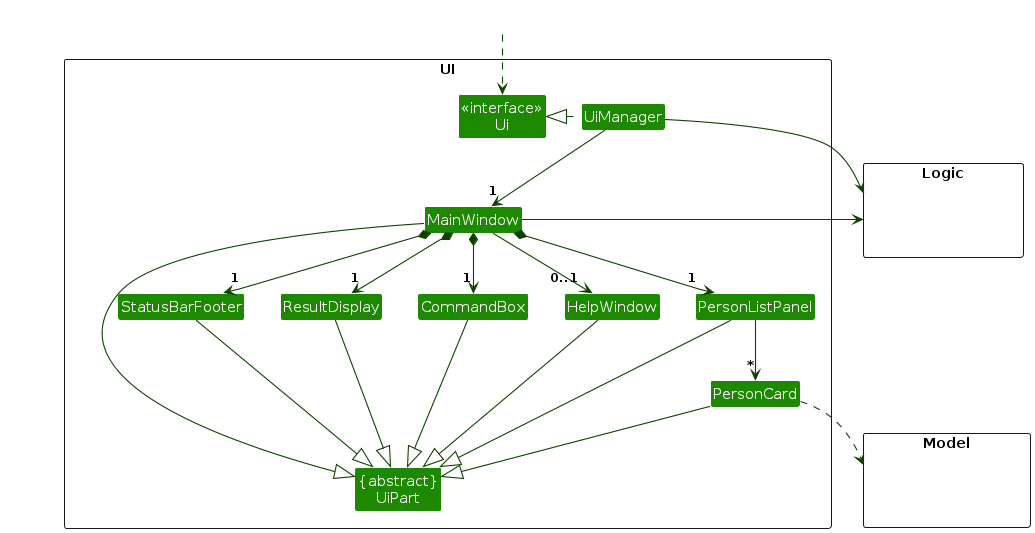
Before: diagrams/UiClassDiagram.png, a diagram exported from PlantUML (AY2627S1-CS2103-F09-1/tp). Its source is kept beside it as diagrams/UiClassDiagram.puml. The source it was exported from:
```plantuml
@startuml
!include style.puml
skinparam arrowThickness 1.1
skinparam arrowColor UI_COLOR_T4
skinparam classBackgroundColor UI_COLOR

package UI <<Rectangle>>{
Class "<<interface>>\nUi" as Ui
Class "{abstract}\nUiPart" as UiPart
Class UiManager
Class MainWindow
Class HelpWindow
Class ResultDisplay
Class PersonListPanel
Class PersonCard
Class StatusBarFooter
Class CommandBox
}

package Model <<Rectangle>> {
Class HiddenModel #FFFFFF
}

package Logic <<Rectangle>> {
Class HiddenLogic #FFFFFF
}

Class HiddenOutside #FFFFFF
HiddenOutside ..> Ui

UiManager .left.|> Ui
UiManager -down-> "1" MainWindow
MainWindow *-down->  "1" CommandBox
MainWindow *-down-> "1" ResultDisplay
MainWindow *-down-> "1" PersonListPanel
MainWindow *-down-> "1" StatusBarFooter
MainWindow --> "0..1" HelpWindow

PersonListPanel -down-> "*" PersonCard

MainWindow -left-|> UiPart

ResultDisplay --|> UiPart
CommandBox --|> UiPart
PersonListPanel --|> UiPart
PersonCard --|> UiPart
StatusBarFooter --|> UiPart
HelpWindow --|> UiPart

PersonCard ..> Model
UiManager -right-> Logic
MainWindow -left-> Logic

PersonListPanel -[hidden]left- HelpWindow
HelpWindow -[hidden]left- CommandBox
CommandBox -[hidden]left- ResultDisplay
ResultDisplay -[hidden]left- StatusBarFooter

MainWindow -[hidden]-|> UiPart
@enduml
```
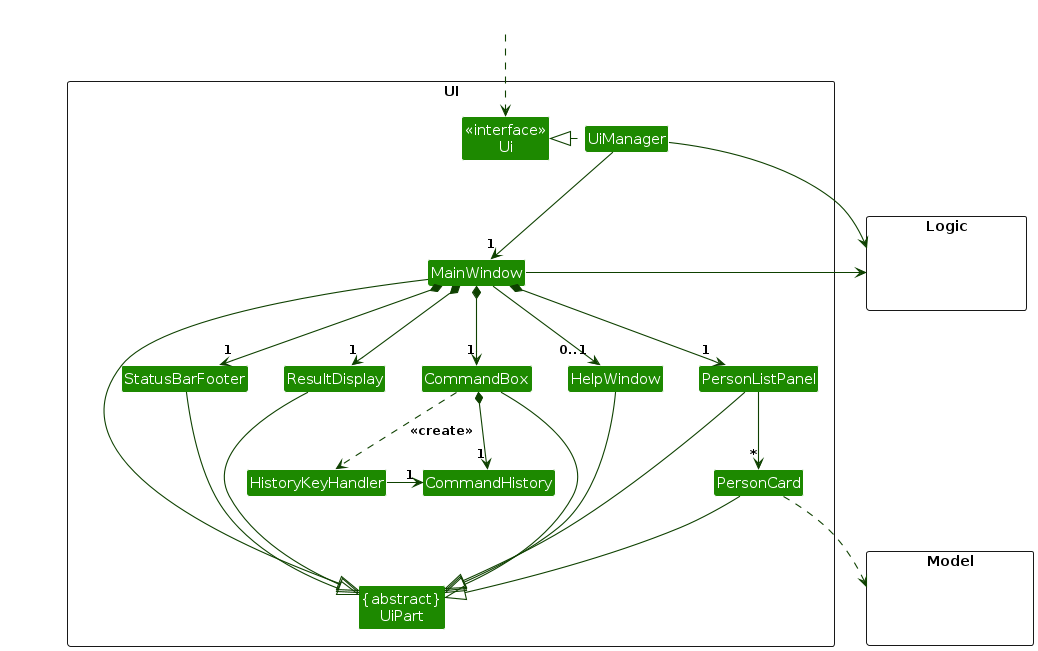
After the change.

Diff of the diagram source:
```diff
@@ -15,6 +15,8 @@
 Class PersonCard
 Class StatusBarFooter
 Class CommandBox
+Class CommandHistory
+Class HistoryKeyHandler
 }
 
 package Model <<Rectangle>> {
@@ -38,6 +40,10 @@
 
 PersonListPanel -down-> "*" PersonCard
 
+CommandBox *-down-> "1" CommandHistory
+CommandBox ..> HistoryKeyHandler : <<create>>
+HistoryKeyHandler -right-> "1" CommandHistory
+
 MainWindow -left-|> UiPart
 
 ResultDisplay --|> UiPart
```
